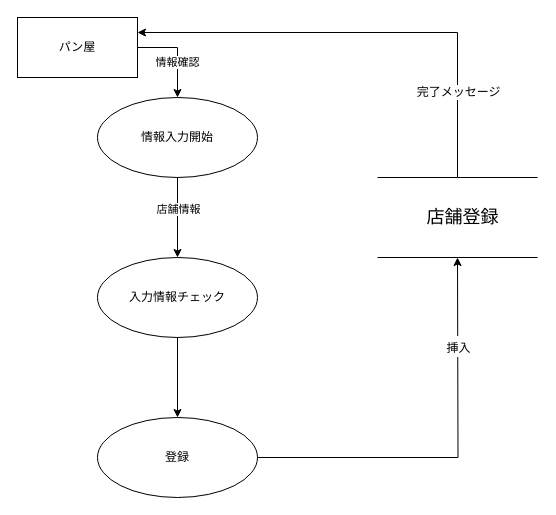
Before: 名称未設定ファイル.drawio in Pyama1013/Sotsu.Gamen, a draw.io diagram. Source tidied: cells renumbered, new cells numbered last; positions are measured from the earlier drawing's top-left corner, leaving out a move shared by most shapes. Both pictures are drawn from the tidied source at 100%, with x=0, y=0 at pixel (17, 17).
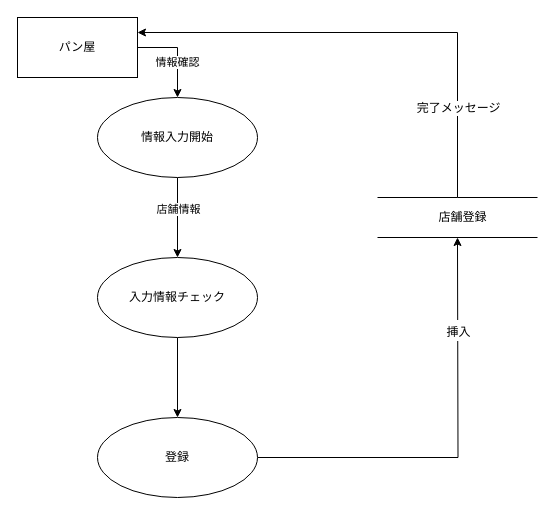
Above is the later version.

Commit message (it also covers changes not shown here):
名称未設定ファイル.drawio を更新します

Unchanged cells that the change refers to:
```xml
<mxCell id="4" value="パン屋" style="rounded=0;whiteSpace=wrap;html=1;" parent="1" vertex="1">
  <mxGeometry width="120" height="60" as="geometry" />
</mxCell>
<mxCell id="12" value="登録" style="ellipse;whiteSpace=wrap;html=1;" parent="1" vertex="1">
  <mxGeometry x="80" y="400" width="160" height="80" as="geometry" />
</mxCell>
```

The edit, as a diff of the source:
```diff
@@
     <mxCell id="10" style="edgeStyle=orthogonalEdgeStyle;rounded=0;jettySize=auto;html=1;exitX=1;exitY=0.5;exitDx=0;exitDy=0;fontSize=18;" parent="1" edge="1" source="12">
       <mxGeometry relative="1" as="geometry">
-        <mxPoint x="440" y="240" as="targetPoint" />
+        <mxPoint x="440" y="220" as="targetPoint" />
       </mxGeometry>
     </mxCell>
@@
     <mxCell id="13" style="endArrow=none;html=1;rounded=0;" parent="1" edge="1">
       <mxGeometry relative="1" as="geometry">
-        <mxPoint x="360" y="160" as="sourcePoint" />
-        <mxPoint x="520" y="160" as="targetPoint" />
+        <mxPoint x="360" y="180" as="sourcePoint" />
+        <mxPoint x="520" y="180" as="targetPoint" />
         <Array as="points">
-          <mxPoint x="440" y="160" />
+          <mxPoint x="440" y="180" />
         </Array>
       </mxGeometry>
     </mxCell>
     <mxCell id="14" style="endArrow=none;html=1;rounded=0;" parent="1" edge="1">
       <mxGeometry relative="1" as="geometry">
-        <mxPoint x="360" y="240" as="sourcePoint" />
-        <mxPoint x="520" y="240" as="targetPoint" />
+        <mxPoint x="360" y="220" as="sourcePoint" />
+        <mxPoint x="520" y="220" as="targetPoint" />
       </mxGeometry>
     </mxCell>
-    <mxCell id="15" value="&lt;font style=&quot;font-size: 18px&quot;&gt;店舗登録&lt;/font&gt;" style="text;html=1;align=center;verticalAlign=middle;strokeColor=none;fillColor=none;" parent="1" vertex="1">
-      <mxGeometry x="400" y="190" width="90" height="20" as="geometry" />
+    <mxCell id="15" value="&lt;font style=&quot;font-size: 12px&quot;&gt;店舗登録&lt;/font&gt;" style="text;html=1;align=center;verticalAlign=middle;strokeColor=none;fillColor=none;" parent="1" vertex="1">
+      <mxGeometry x="415" y="190" width="60" height="20" as="geometry" />
     </mxCell>
     <mxCell id="16" style="endArrow=classic;html=1;rounded=0;fontSize=12;entryX=1;entryY=0.25;entryDx=0;entryDy=0;" parent="1" edge="1" target="4">
       <mxGeometry relative="1" as="geometry">
-        <mxPoint x="440" y="160" as="sourcePoint" />
+        <mxPoint x="440" y="180" as="sourcePoint" />
         <Array as="points">
           <mxPoint x="440" y="15" />
         </Array>
       </mxGeometry>
     </mxCell>
```
